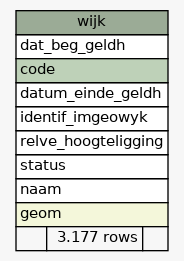
Before: datamodel/schemaspy/diagrams/summary/wijk.1degree.png, a diagram exported from Graphviz (B3Partners/brmo). Its source is kept beside it as datamodel/schemaspy/diagrams/summary/wijk.1degree.dot.
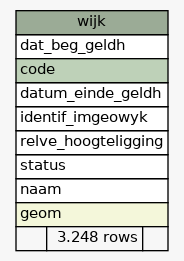
The same diagram one commit later.

What changed in the source:
```diff
@@ -27,7 +27,7 @@
       <TR><TD PORT="status" COLSPAN="3" ALIGN="LEFT">status</TD></TR>
       <TR><TD PORT="naam" COLSPAN="3" ALIGN="LEFT">naam</TD></TR>
       <TR><TD PORT="geom" COLSPAN="3" BGCOLOR="#f4f7da" ALIGN="LEFT">geom</TD></TR>
-      <TR><TD ALIGN="LEFT" BGCOLOR="#f7f7f7">  </TD><TD ALIGN="RIGHT" BGCOLOR="#f7f7f7">3.177 rows</TD><TD ALIGN="RIGHT" BGCOLOR="#f7f7f7">  </TD></TR>
+      <TR><TD ALIGN="LEFT" BGCOLOR="#f7f7f7">  </TD><TD ALIGN="RIGHT" BGCOLOR="#f7f7f7">3.248 rows</TD><TD ALIGN="RIGHT" BGCOLOR="#f7f7f7">  </TD></TR>
     </TABLE>>
     URL="tables/wijk.html"
     tooltip="wijk"
```
